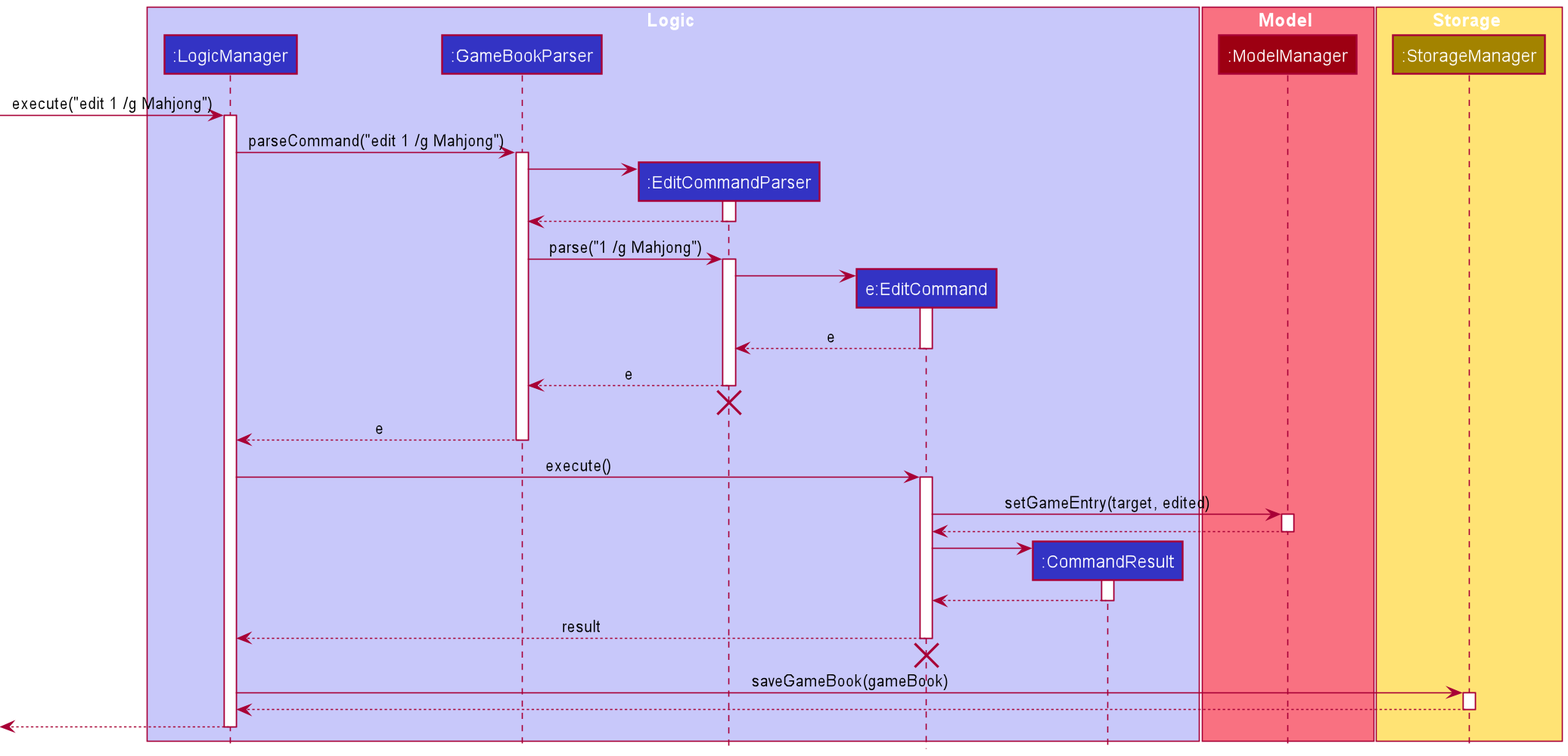
yzhilong/tp keeps this PlantUML diagram as docs/images/EditSequenceDiagram(Logic).png. Above is the earlier version. Its source is kept beside it as docs/diagrams/EditSequenceDiagram(Logic).puml.
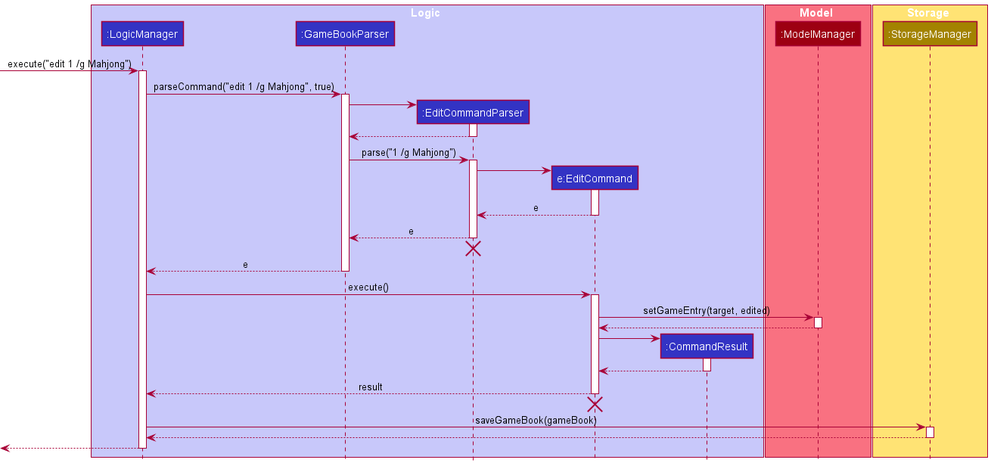
Later version of the same file.

Commit message:
Add argument to parseCommand

Diff of the diagram source:
```diff
@@ -21,7 +21,7 @@
 [-> LogicManager : execute("edit 1 /g Mahjong")
 activate LogicManager
 
-LogicManager -> GameBookParser : parseCommand("edit 1 /g Mahjong")
+LogicManager -> GameBookParser : parseCommand("edit 1 /g Mahjong", true)
 activate GameBookParser
 
 create EditCommandParser
```
